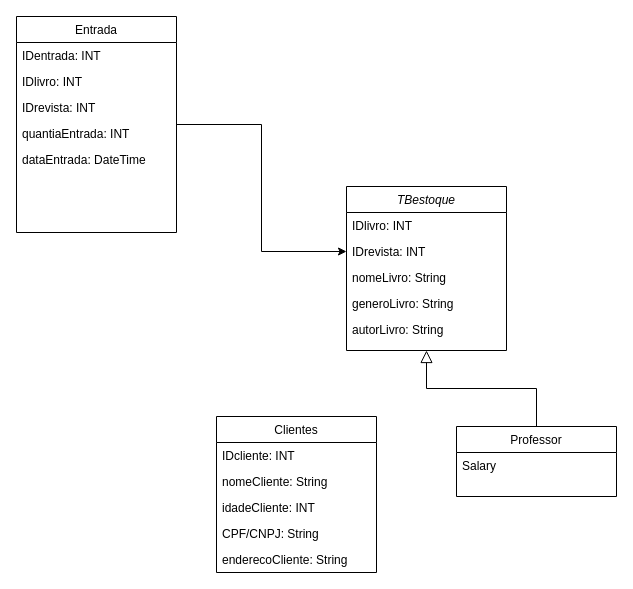
Earlier version of the draw.io diagram diagramaDEclasses.drawio (fe1ipesena/biblioteca-Java-Swing). Source tidied: cells renumbered, new cells numbered last; positions are measured from the earlier drawing's top-left corner, leaving out a move shared by most shapes. Both pictures are drawn from the tidied source at 100%, with x=0, y=0 at pixel (16, 16).
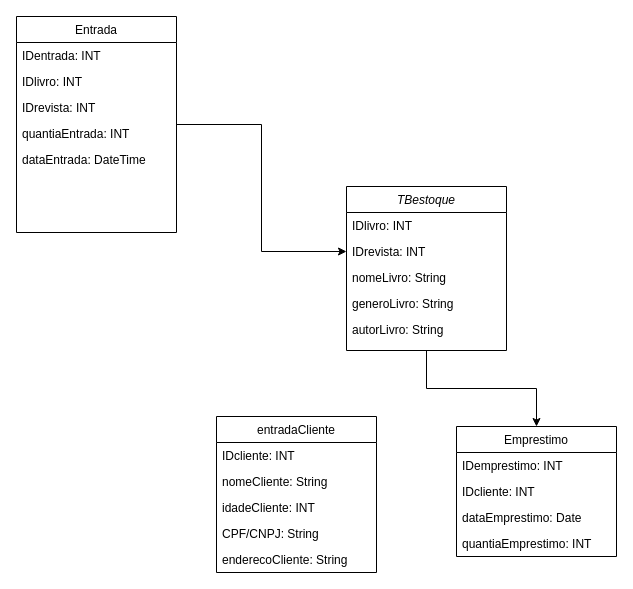
The same diagram, later.

The change refers to these unchanged cells:
```xml
<mxCell id="2" value="TBestoque" style="swimlane;fontStyle=2;align=center;verticalAlign=top;horizontal=1;startSize=26;rounded=0;shadow=0;strokeWidth=1;" parent="1" vertex="1">
  <mxGeometry x="330" y="170" width="160" height="164" as="geometry" />
</mxCell>
```

Diff of the diagram source:
```diff
@@
+    <mxCell id="24" style="edgeStyle=orthogonalEdgeStyle;rounded=0;jettySize=auto;html=1;" parent="1" edge="1" source="2" target="14">
+      <mxGeometry relative="1" as="geometry" />
+    </mxCell>
@@
-    <mxCell id="8" value="Clientes" style="swimlane;fontStyle=0;align=center;verticalAlign=top;horizontal=1;startSize=26;rounded=0;shadow=0;strokeWidth=1;" parent="1" vertex="1">
+    <mxCell id="8" value="entradaCliente" style="swimlane;fontStyle=0;align=center;verticalAlign=top;horizontal=1;startSize=26;rounded=0;shadow=0;strokeWidth=1;" parent="1" vertex="1">
       <mxGeometry x="200" y="400" width="160" height="156" as="geometry" />
     </mxCell>
@@
-    <mxCell id="14" value="Professor" style="swimlane;fontStyle=0;align=center;verticalAlign=top;horizontal=1;startSize=26;rounded=0;shadow=0;strokeWidth=1;" parent="1" vertex="1">
-      <mxGeometry x="440" y="410" width="160" height="70" as="geometry" />
+    <mxCell id="14" value="Emprestimo" style="swimlane;fontStyle=0;align=center;verticalAlign=top;horizontal=1;startSize=26;rounded=0;shadow=0;strokeWidth=1;" parent="1" vertex="1">
+      <mxGeometry x="440" y="410" width="160" height="130" as="geometry" />
     </mxCell>
-    <mxCell id="15" value="Salary" style="text;align=left;verticalAlign=top;spacingLeft=4;spacingRight=4;overflow=hidden;" parent="14" vertex="1">
+    <mxCell id="15" value="IDemprestimo: INT" style="text;align=left;verticalAlign=top;spacingLeft=4;spacingRight=4;overflow=hidden;" parent="14" vertex="1">
       <mxGeometry y="26" width="160" height="26" as="geometry" />
     </mxCell>
-    <mxCell id="16" style="endArrow=block;endSize=10;endFill=0;shadow=0;strokeWidth=1;rounded=0;edgeStyle=elbowEdgeStyle;elbow=vertical;" parent="1" edge="1" source="14" target="2">
-      <mxGeometry relative="1" as="geometry" />
-    </mxCell>
+    <mxCell id="25" value="IDcliente: INT" style="text;align=left;verticalAlign=top;spacingLeft=4;spacingRight=4;overflow=hidden;" parent="14" vertex="1">
+      <mxGeometry y="52" width="160" height="26" as="geometry" />
+    </mxCell>
+    <mxCell id="26" value="dataEmprestimo: Date" style="text;align=left;verticalAlign=top;spacingLeft=4;spacingRight=4;overflow=hidden;" parent="14" vertex="1">
+      <mxGeometry y="78" width="160" height="26" as="geometry" />
+    </mxCell>
+    <mxCell id="27" value="quantiaEmprestimo: INT" style="text;align=left;verticalAlign=top;spacingLeft=4;spacingRight=4;overflow=hidden;" parent="14" vertex="1">
+      <mxGeometry y="104" width="160" height="26" as="geometry" />
+    </mxCell>
```
